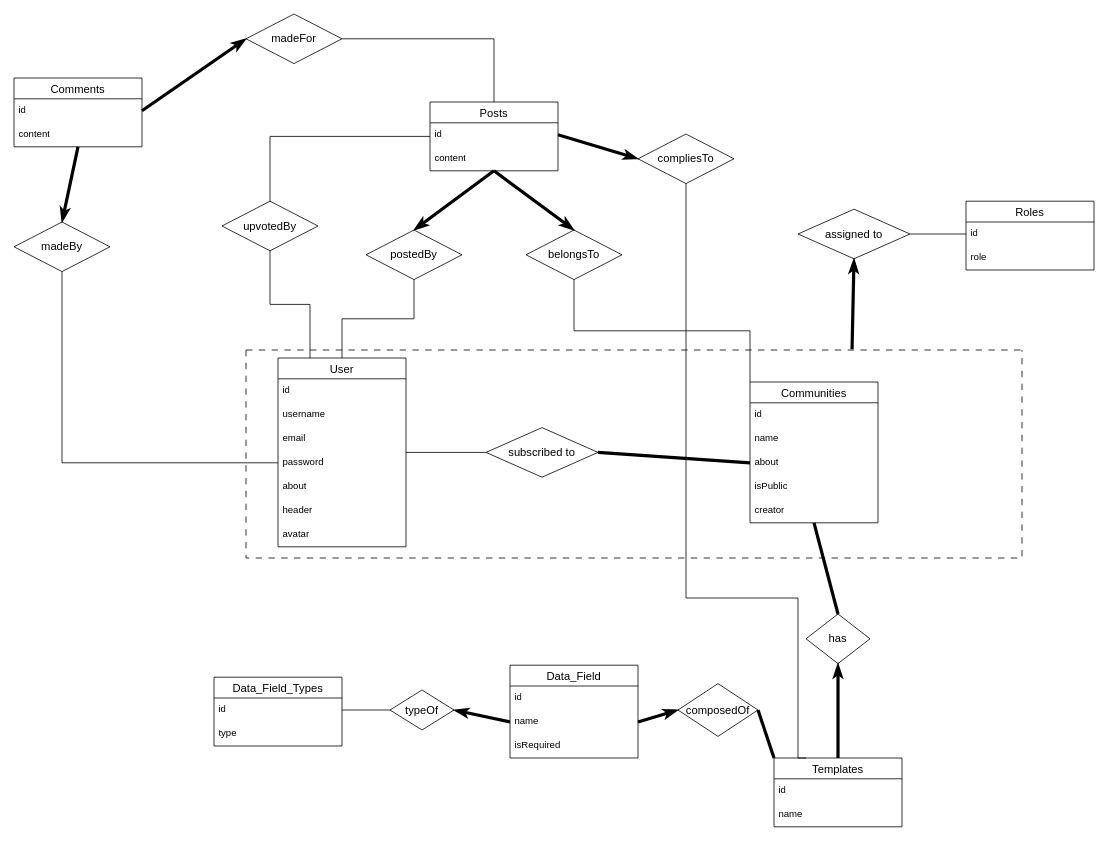
The draw.io diagram Deliverables/Design Documents/Database Design/er_diagram.drawio in CankutER/SWE-573, before the edit. Source tidied: cells renumbered, new cells numbered last; positions are measured from the earlier drawing's top-left corner, leaving out a move shared by most shapes. Both pictures are drawn from the tidied source at 80%, with x=0, y=0 at pixel (14, 14).
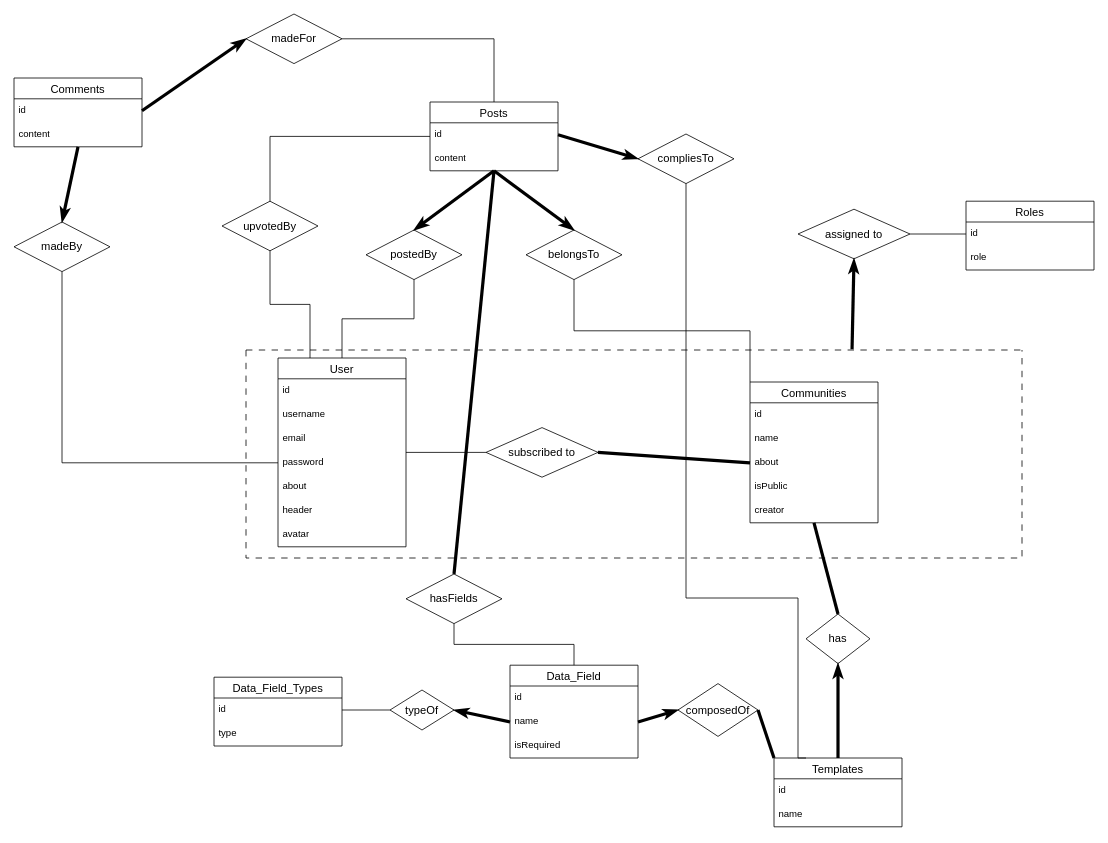
The same diagram, later.

Commit message (it also covers changes not shown here):
modified design,added picture of er diagram

The change refers to these unchanged cells:
```xml
<mxCell id="35" value="Data_Field" style="swimlane;fontStyle=0;horizontal=1;startSize=26;align=center;fontSize=14;" parent="1" vertex="1">
  <mxGeometry x="620" y="814" width="160" height="116" as="geometry" />
</mxCell>
<mxCell id="45" value="Posts" style="swimlane;fontStyle=0;horizontal=1;startSize=26;align=center;fontSize=14;" parent="1" vertex="1">
  <mxGeometry x="520" y="110" width="160" height="86" as="geometry" />
</mxCell>
```

The edit, as a diff of the source:
```diff
@@
+    <mxCell id="69" value="hasFields" style="rhombus;whiteSpace=wrap;html=1;fontSize=14;fontStyle=0;startSize=26;" parent="1" vertex="1">
+      <mxGeometry x="490" y="700" width="120" height="62" as="geometry" />
+    </mxCell>
+    <mxCell id="70" style="endArrow=none;html=1;rounded=0;strokeWidth=4;entryX=0.5;entryY=1;entryDx=0;entryDy=0;exitX=0.5;exitY=0;exitDx=0;exitDy=0;" parent="1" edge="1" source="69" target="45">
+      <mxGeometry relative="1" as="geometry" />
+    </mxCell>
+    <mxCell id="71" style="edgeStyle=orthogonalEdgeStyle;rounded=0;jettySize=auto;html=1;strokeColor=default;endArrow=none;endFill=0;entryX=0.5;entryY=0;entryDx=0;entryDy=0;exitX=0.5;exitY=1;exitDx=0;exitDy=0;" parent="1" edge="1" source="69" target="35">
+      <mxGeometry relative="1" as="geometry" />
+    </mxCell>
```
